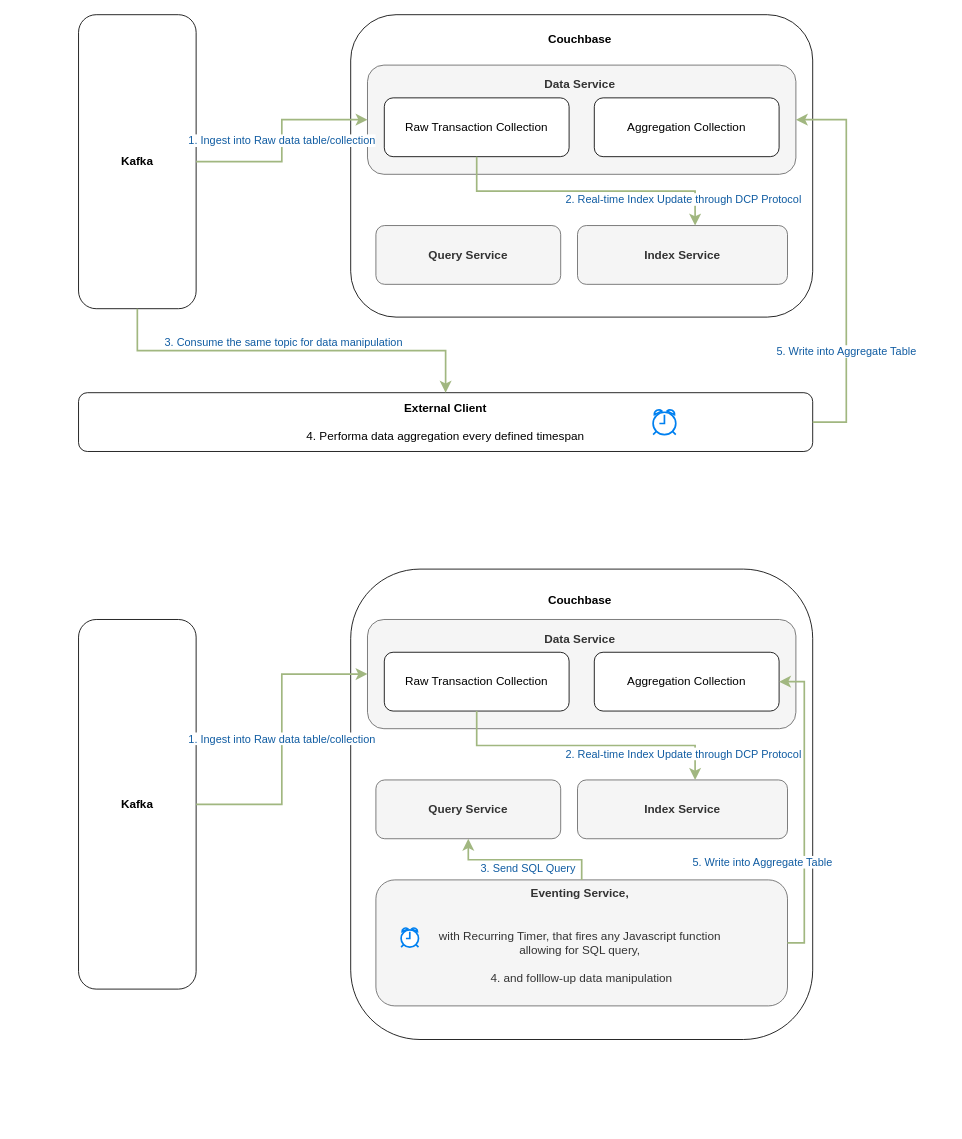
The draw.io diagram data_aggregation.drawio in sillyjason/auto_data_aggregation, before the edit. Source tidied: cells renumbered, new cells numbered last; positions are measured from the earlier drawing's top-left corner, leaving out a move shared by most shapes. Both pictures are drawn from the tidied source at 84%, with x=0, y=0 at pixel (78, 14).
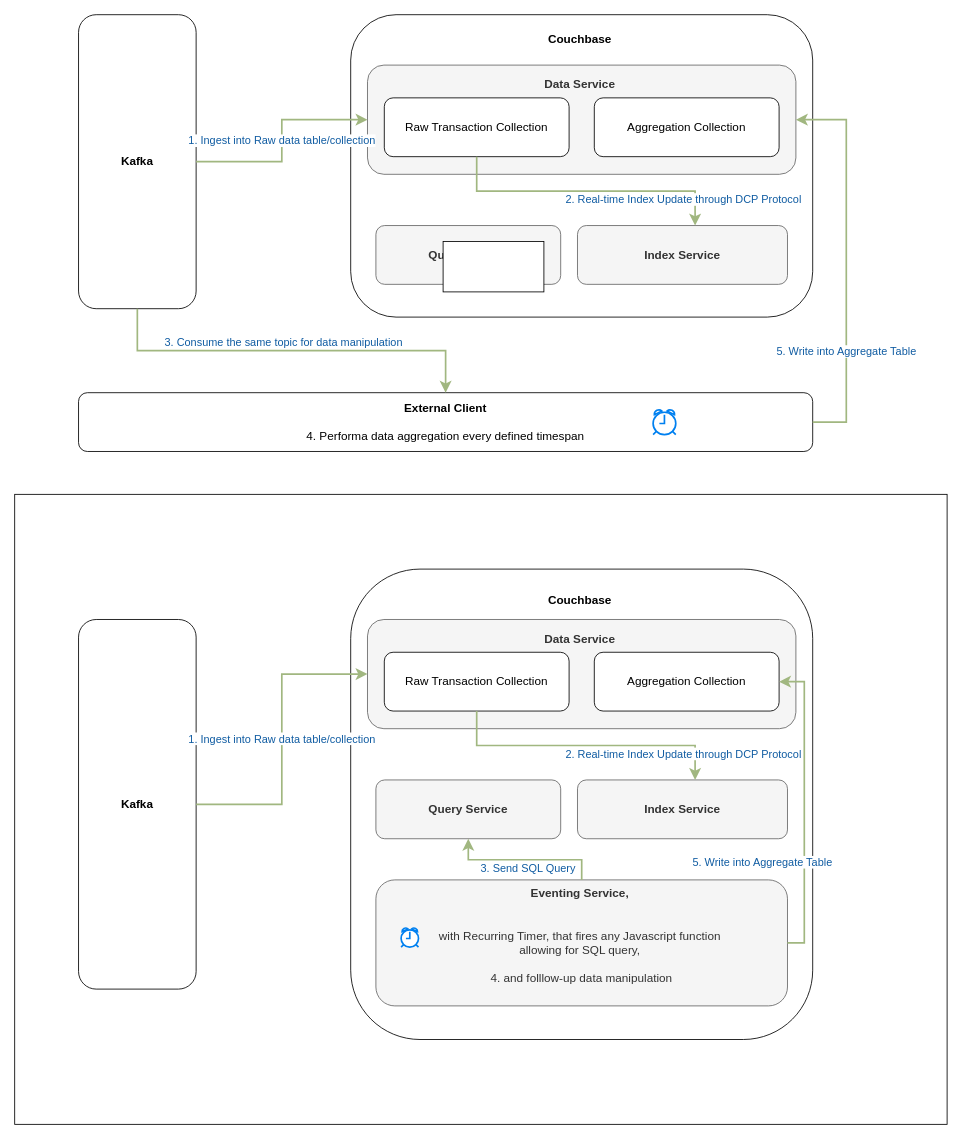
The same diagram, later.

Change to the diagram source:
```diff
@@
+    <mxCell id="28" style="rounded=0;whiteSpace=wrap;html=1;" parent="1" vertex="1">
+      <mxGeometry x="-76" y="571" width="1110" height="750" as="geometry" />
+    </mxCell>
@@
+    <mxCell id="29" style="rounded=0;whiteSpace=wrap;html=1;" parent="1" vertex="1">
+      <mxGeometry x="434" y="270" width="120" height="60" as="geometry" />
+    </mxCell>
```
